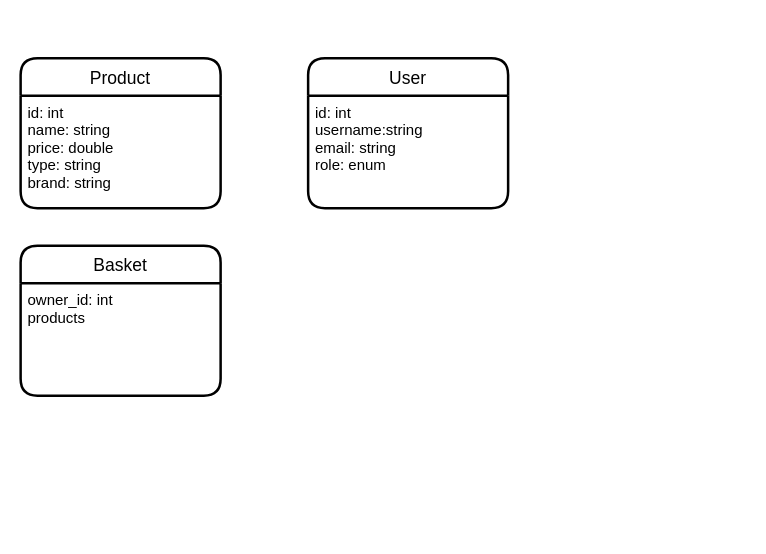
This is store-backend/uml/entities.drawio from Kirya-s-Online-Store/store-backend, a draw.io file, before an edit. Source tidied: cells renumbered, new cells numbered last; positions are measured from the earlier drawing's top-left corner, leaving out a move shared by most shapes. Both pictures are drawn from the tidied source at 125%, with x=0, y=0 at pixel (20, 58).
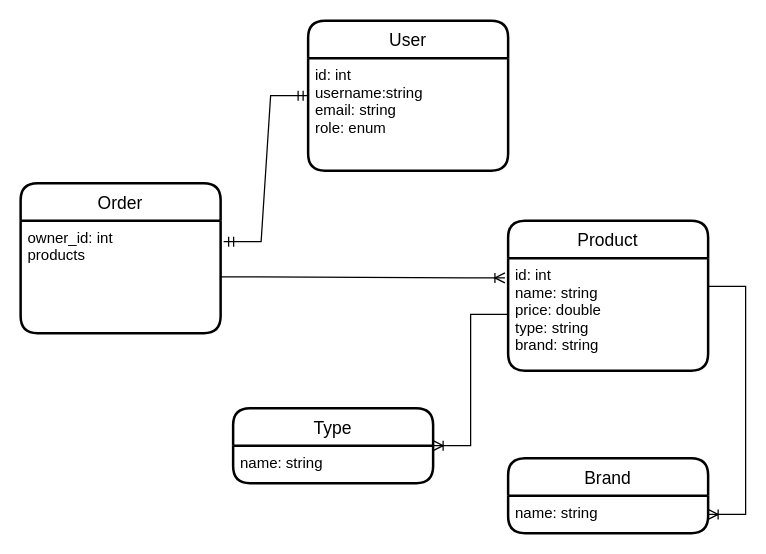
The same page after the edit.

Commit message (it also covers changes not shown here):
fix: add access to swagger for all

Diff of the diagram source:
```diff
@@
 <mxGraphModel>
   <root>
     <mxCell id="0" />
     <mxCell id="1" parent="0" />
     <mxCell id="2" value="Product" style="swimlane;horizontal=1;startSize=30;rounded=1;fontSize=14;fontStyle=0;strokeWidth=2;shadow=0;dashed=0;align=center;" parent="1" vertex="1">
-      <mxGeometry width="160" height="120" as="geometry" />
+      <mxGeometry x="390" y="130" width="160" height="120" as="geometry" />
     </mxCell>
     <mxCell id="3" value="id: int&#10;name: string&#10;price: double&#10;type: string&#10;brand: string" style="align=left;strokeColor=none;fillColor=none;spacingLeft=4;fontSize=12;verticalAlign=top;" parent="2" vertex="1">
       <mxGeometry y="30" width="160" height="90" as="geometry" />
     </mxCell>
     <mxCell id="4" value="User" style="swimlane;horizontal=1;startSize=30;rounded=1;fontSize=14;fontStyle=0;strokeWidth=2;shadow=0;dashed=0;align=center;" parent="1" vertex="1">
-      <mxGeometry x="230" width="160" height="120" as="geometry" />
+      <mxGeometry x="230" y="-30" width="160" height="120" as="geometry" />
     </mxCell>
     <mxCell id="5" value="id: int&#10;username:string&#10;email: string&#10;role: enum" style="align=left;strokeColor=none;fillColor=none;spacingLeft=4;fontSize=12;verticalAlign=top;" parent="4" vertex="1">
       <mxGeometry y="30" width="160" height="90" as="geometry" />
     </mxCell>
-    <mxCell id="6" value="Basket" style="swimlane;horizontal=1;startSize=30;rounded=1;fontSize=14;fontStyle=0;strokeWidth=2;shadow=0;dashed=0;align=center;" parent="1" vertex="1">
-      <mxGeometry y="150" width="160" height="120" as="geometry" />
+    <mxCell id="6" value="Order" style="swimlane;horizontal=1;startSize=30;rounded=1;fontSize=14;fontStyle=0;strokeWidth=2;shadow=0;dashed=0;align=center;" parent="1" vertex="1">
+      <mxGeometry y="100" width="160" height="120" as="geometry" />
     </mxCell>
     <mxCell id="7" value="owner_id: int &#10;products" style="align=left;strokeColor=none;fillColor=none;spacingLeft=4;fontSize=12;verticalAlign=top;" parent="6" vertex="1">
       <mxGeometry y="30" width="160" height="90" as="geometry" />
     </mxCell>
+    <mxCell id="8" value="Brand" style="swimlane;horizontal=1;startSize=30;rounded=1;fontSize=14;fontStyle=0;strokeWidth=2;shadow=0;dashed=0;align=center;" parent="1" vertex="1">
+      <mxGeometry x="390" y="320" width="160" height="60" as="geometry" />
+    </mxCell>
+    <mxCell id="9" value="name: string" style="align=left;strokeColor=none;fillColor=none;spacingLeft=4;fontSize=12;verticalAlign=top;" parent="8" vertex="1">
+      <mxGeometry y="30" width="160" height="30" as="geometry" />
+    </mxCell>
+    <mxCell id="10" value="Type" style="swimlane;horizontal=1;startSize=30;rounded=1;fontSize=14;fontStyle=0;strokeWidth=2;shadow=0;dashed=0;align=center;" parent="1" vertex="1">
+      <mxGeometry x="170" y="280" width="160" height="60" as="geometry" />
+    </mxCell>
+    <mxCell id="11" value="name: string" style="align=left;strokeColor=none;fillColor=none;spacingLeft=4;fontSize=12;verticalAlign=top;" parent="10" vertex="1">
+      <mxGeometry y="30" width="160" height="30" as="geometry" />
+    </mxCell>
+    <mxCell id="12" style="edgeStyle=entityRelationEdgeStyle;fontSize=12;html=1;endArrow=ERoneToMany;rounded=0;exitX=0;exitY=0.5;exitDx=0;exitDy=0;" parent="1" edge="1" source="3" target="10">
+      <mxGeometry relative="1" as="geometry" />
+    </mxCell>
+    <mxCell id="13" style="edgeStyle=entityRelationEdgeStyle;fontSize=12;html=1;endArrow=ERoneToMany;rounded=0;exitX=1;exitY=0.25;exitDx=0;exitDy=0;" parent="1" edge="1" source="3" target="9">
+      <mxGeometry relative="1" as="geometry" />
+    </mxCell>
+    <mxCell id="14" style="edgeStyle=entityRelationEdgeStyle;fontSize=12;html=1;endArrow=ERmandOne;startArrow=ERmandOne;rounded=0;exitX=1.015;exitY=0.187;exitDx=0;exitDy=0;exitPerimeter=0;" parent="1" edge="1" source="7">
+      <mxGeometry relative="1" as="geometry">
+        <mxPoint x="230" y="30" as="targetPoint" />
+      </mxGeometry>
+    </mxCell>
+    <mxCell id="15" style="edgeStyle=entityRelationEdgeStyle;fontSize=12;html=1;endArrow=ERoneToMany;rounded=0;exitX=1;exitY=0.5;exitDx=0;exitDy=0;entryX=-0.016;entryY=0.176;entryDx=0;entryDy=0;entryPerimeter=0;" parent="1" edge="1" source="7" target="3">
+      <mxGeometry relative="1" as="geometry" />
+    </mxCell>
   </root>
 </mxGraphModel>
```
